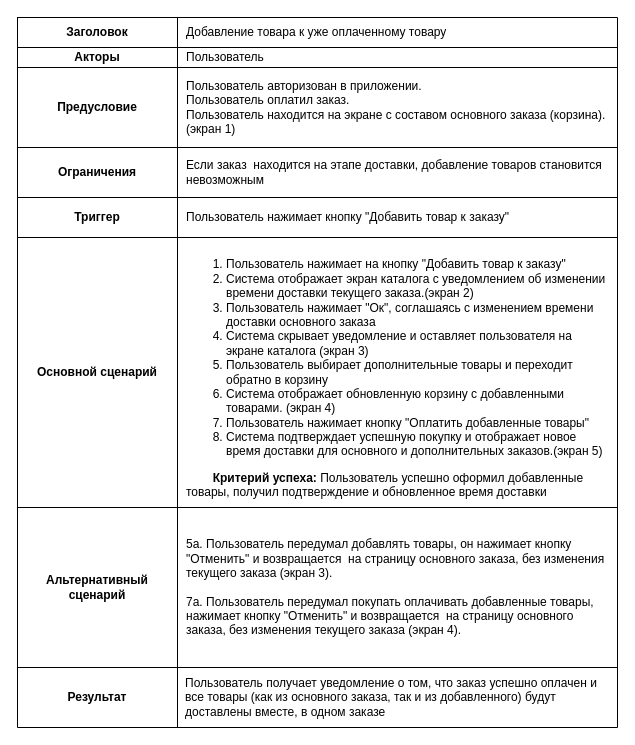
abdullahproff/BSA21_1 keeps this draw.io diagram as Pyatkova_Anastasiya/User_Case.drawio. Above is the earlier version. Source tidied: cells renumbered, new cells numbered last; positions are measured from the earlier drawing's top-left corner, leaving out a move shared by most shapes. Both pictures are drawn from the tidied source at 100%, with x=0, y=0 at pixel (17, 17).
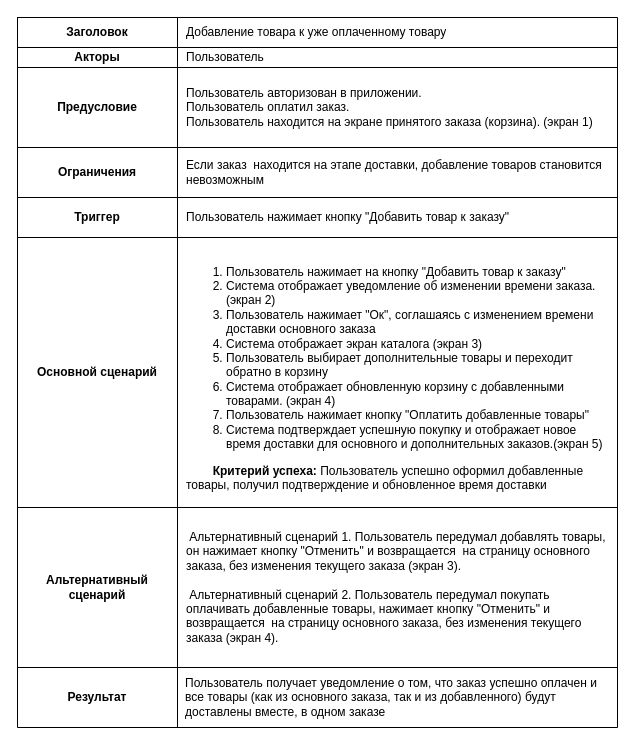
Above is the later version.

The change refers to these unchanged cells:
```xml
<mxCell id="9" style="shape=tableRow;horizontal=0;startSize=0;swimlaneHead=0;swimlaneBody=0;strokeColor=inherit;top=0;left=0;bottom=0;right=0;fillColor=none;" parent="2" vertex="1">
  <mxGeometry y="50" width="600" height="80" as="geometry" />
</mxCell>
<mxCell id="18" style="shape=tableRow;horizontal=0;startSize=0;swimlaneHead=0;swimlaneBody=0;strokeColor=inherit;top=0;left=0;bottom=0;right=0;fillColor=none;" parent="2" vertex="1">
  <mxGeometry y="220" width="600" height="270" as="geometry" />
</mxCell>
<mxCell id="21" style="shape=tableRow;horizontal=0;startSize=0;swimlaneHead=0;swimlaneBody=0;strokeColor=inherit;top=0;left=0;bottom=0;right=0;fillColor=none;" parent="2" vertex="1">
  <mxGeometry y="490" width="600" height="160" as="geometry" />
</mxCell>
```

What changed in the source:
```diff
@@
-    <mxCell id="11" value="Пользователь авторизован в приложении.&lt;div&gt;Пользователь оплатил заказ.&amp;nbsp;&lt;/div&gt;&lt;div&gt;Пользователь находится на экране с составом основного заказа (корзина). (экран 1)&lt;/div&gt;" style="shape=partialRectangle;html=1;whiteSpace=wrap;strokeColor=inherit;overflow=hidden;fillColor=none;top=0;left=0;bottom=0;right=0;spacingLeft=7;spacingRight=7;align=left;" parent="9" vertex="1">
+    <mxCell id="11" value="Пользователь авторизован в приложении.&lt;div&gt;Пользователь оплатил заказ.&amp;nbsp;&lt;/div&gt;&lt;div&gt;Пользователь находится на экране принятого заказа (корзина). (экран 1)&lt;/div&gt;" style="shape=partialRectangle;html=1;whiteSpace=wrap;strokeColor=inherit;overflow=hidden;fillColor=none;top=0;left=0;bottom=0;right=0;spacingLeft=7;spacingRight=7;align=left;" parent="9" vertex="1">
       <mxGeometry x="160" width="440" height="80" as="geometry" />
     </mxCell>
@@
-    <mxCell id="20" value="&lt;ol style=&quot;&quot;&gt;&lt;li&gt;Пользователь нажимает на кнопку &quot;Добавить товар к заказу&quot;&lt;/li&gt;&lt;li&gt;Система отображает экран каталога с уведомлением об изменении времени доставки текущего заказа.(экран 2)&lt;/li&gt;&lt;li&gt;Пользователь нажимает &quot;Ок&quot;, соглашаясь с изменением времени доставки основного заказа&lt;/li&gt;&lt;li&gt;Система скрывает уведомление и оставляет пользователя на экране каталога (экран 3)&lt;/li&gt;&lt;li&gt;Пользователь выбирает дополнительные товары и переходит обратно в корзину&lt;/li&gt;&lt;li&gt;Система отображает обновленную корзину с добавленными товарами. (экран 4)&lt;/li&gt;&lt;li&gt;Пользователь нажимает кнопку &quot;Оплатить добавленные товары&quot;&lt;/li&gt;&lt;li&gt;Система подтверждает успешную покупку и отображает новое время доставки для основного и дополнительных заказов.(экран 5)&lt;b style=&quot;&quot;&gt;&lt;br&gt;&lt;/b&gt;&lt;/li&gt;&lt;/ol&gt;&lt;div&gt;&lt;span style=&quot;background-color: initial;&quot;&gt;&lt;div style=&quot;&quot;&gt;&lt;b style=&quot;font-weight: bold; background-color: initial;&quot;&gt;&lt;span style=&quot;white-space: pre;&quot;&gt;&#9;&lt;/span&gt;&lt;/b&gt;&lt;b style=&quot;font-weight: bold; background-color: initial;&quot;&gt;Критерий успеха: &lt;/b&gt;&lt;span style=&quot;background-color: initial;&quot;&gt;Пользователь успешно оформил добавленные товары, получил подтверждение и обновленное время доставки&lt;/span&gt;&lt;/div&gt;&lt;/span&gt;&lt;/div&gt;" style="shape=partialRectangle;html=1;whiteSpace=wrap;strokeColor=inherit;overflow=hidden;fillColor=none;top=0;left=0;bottom=0;right=0;spacingLeft=7;spacingRight=7;align=left;" parent="18" vertex="1">
+    <mxCell id="20" value="&lt;ol style=&quot;&quot;&gt;&lt;li&gt;Пользователь нажимает на кнопку &quot;Добавить товар к заказу&quot;&lt;/li&gt;&lt;li&gt;Система отображает уведомление об изменении времени заказа.(экран 2)&lt;/li&gt;&lt;li&gt;Пользователь нажимает &quot;Ок&quot;, соглашаясь с изменением времени доставки основного заказа&lt;/li&gt;&lt;li&gt;Система отображает экран каталога (экран 3)&lt;/li&gt;&lt;li&gt;Пользователь выбирает дополнительные товары и переходит обратно в корзину&lt;/li&gt;&lt;li&gt;Система отображает обновленную корзину с добавленными товарами. (экран 4)&lt;/li&gt;&lt;li&gt;Пользователь нажимает кнопку &quot;Оплатить добавленные товары&quot;&lt;/li&gt;&lt;li&gt;Система подтверждает успешную покупку и отображает новое время доставки для основного и дополнительных заказов.(экран 5)&lt;b style=&quot;&quot;&gt;&lt;br&gt;&lt;/b&gt;&lt;/li&gt;&lt;/ol&gt;&lt;div&gt;&lt;span style=&quot;background-color: initial;&quot;&gt;&lt;div style=&quot;&quot;&gt;&lt;b style=&quot;font-weight: bold; background-color: initial;&quot;&gt;&lt;span style=&quot;white-space: pre;&quot;&gt;&#9;&lt;/span&gt;&lt;/b&gt;&lt;b style=&quot;font-weight: bold; background-color: initial;&quot;&gt;Критерий успеха: &lt;/b&gt;&lt;span style=&quot;background-color: initial;&quot;&gt;Пользователь успешно оформил добавленные товары, получил подтверждение и обновленное время доставки&lt;/span&gt;&lt;/div&gt;&lt;/span&gt;&lt;/div&gt;" style="shape=partialRectangle;html=1;whiteSpace=wrap;strokeColor=inherit;overflow=hidden;fillColor=none;top=0;left=0;bottom=0;right=0;spacingLeft=7;spacingRight=7;align=left;" parent="18" vertex="1">
       <mxGeometry x="160" width="440" height="270" as="geometry" />
     </mxCell>
@@
-    <mxCell id="23" value="&lt;div&gt;&lt;span style=&quot;background-color: initial;&quot;&gt;5а.&amp;nbsp;&lt;/span&gt;&lt;span style=&quot;background-color: initial;&quot;&gt;Пользователь&amp;nbsp;передумал добавлять товары, он нажимает кнопку &quot;Отменить&quot; и возвращается&amp;nbsp;&lt;/span&gt;&amp;nbsp;на страницу основного заказа, без изменения текущего заказа (экран 3)&lt;span style=&quot;background-color: initial;&quot;&gt;.&lt;/span&gt;&lt;br&gt;&lt;span style=&quot;background-color: initial;&quot;&gt;&lt;br&gt;&lt;/span&gt;&lt;/div&gt;&lt;div&gt;&lt;span style=&quot;background-color: initial;&quot;&gt;7а. Пользователь&amp;nbsp;передумал покупать оплачивать добавленные товары, нажимает кнопку &quot;Отменить&quot;&amp;nbsp;&lt;/span&gt;&lt;span style=&quot;background-color: initial;&quot;&gt;и возвращается&amp;nbsp; на страницу основного заказа, без изменения текущего заказа (экран 4).&lt;/span&gt;&lt;/div&gt;" style="shape=partialRectangle;html=1;whiteSpace=wrap;strokeColor=inherit;overflow=hidden;fillColor=none;top=0;left=0;bottom=0;right=0;align=left;spacingLeft=7;spacingRight=7;" parent="21" vertex="1">
+    <mxCell id="23" value="&lt;div&gt;&lt;span style=&quot;background-color: initial;&quot;&gt;&amp;nbsp;Альтернативный сценарий 1&lt;/span&gt;&lt;span style=&quot;background-color: initial;&quot;&gt;.&amp;nbsp;&lt;/span&gt;&lt;span style=&quot;background-color: initial;&quot;&gt;Пользователь&amp;nbsp;передумал добавлять товары, он нажимает кнопку &quot;Отменить&quot; и возвращается&amp;nbsp;&lt;/span&gt;&amp;nbsp;на страницу основного заказа, без изменения текущего заказа (экран 3)&lt;span style=&quot;background-color: initial;&quot;&gt;.&lt;/span&gt;&lt;br&gt;&lt;span style=&quot;background-color: initial;&quot;&gt;&lt;br&gt;&lt;/span&gt;&lt;/div&gt;&lt;div&gt;&lt;span style=&quot;background-color: initial;&quot;&gt;&amp;nbsp;Альтернативный сценарий&amp;nbsp;&lt;/span&gt;&lt;span style=&quot;background-color: initial;&quot;&gt;2. Пользователь&amp;nbsp;передумал покупать оплачивать добавленные товары, нажимает кнопку &quot;Отменить&quot;&amp;nbsp;&lt;/span&gt;&lt;span style=&quot;background-color: initial;&quot;&gt;и возвращается&amp;nbsp; на страницу основного заказа, без изменения текущего заказа (экран 4).&lt;/span&gt;&lt;/div&gt;" style="shape=partialRectangle;html=1;whiteSpace=wrap;strokeColor=inherit;overflow=hidden;fillColor=none;top=0;left=0;bottom=0;right=0;align=left;spacingLeft=7;spacingRight=7;" parent="21" vertex="1">
       <mxGeometry x="160" width="440" height="160" as="geometry" />
     </mxCell>
```
